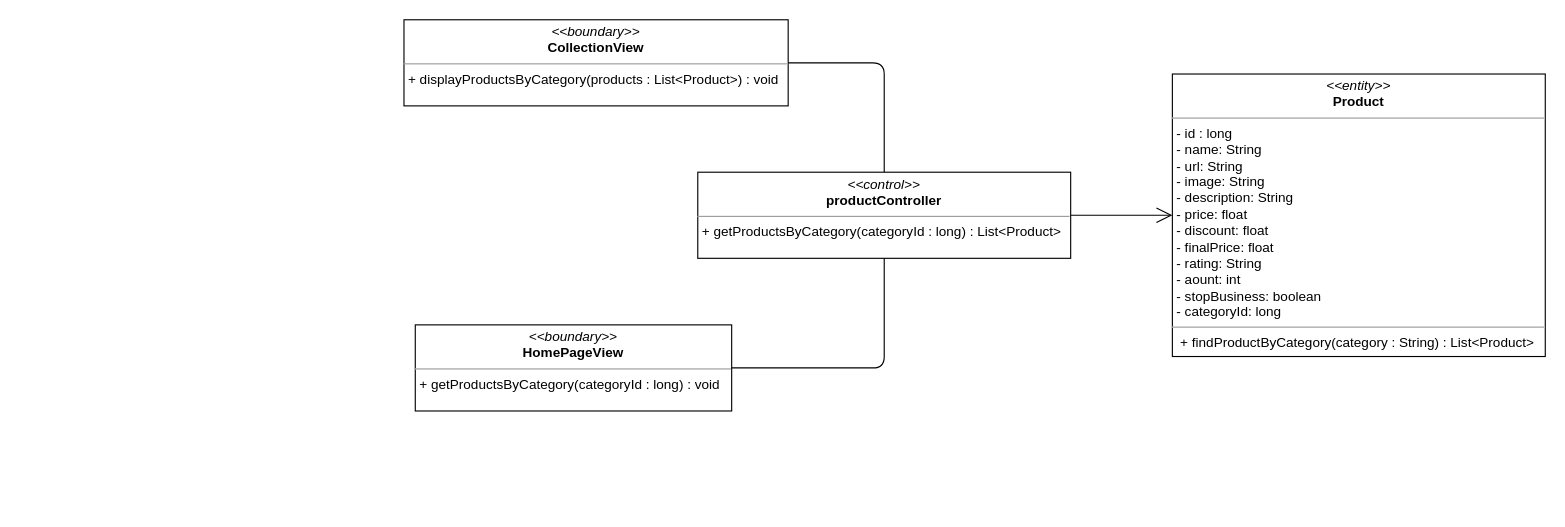
nguyenphamvan/datn_20202 keeps this draw.io diagram as class diagram/get-product-by-category-class-digram.drawio. Above is the earlier version. Source tidied: cells renumbered, new cells numbered last; positions are measured from the earlier drawing's top-left corner, leaving out a move shared by most shapes. Both pictures are drawn from the tidied source at 113%, with x=0, y=0 at pixel (403, 19).
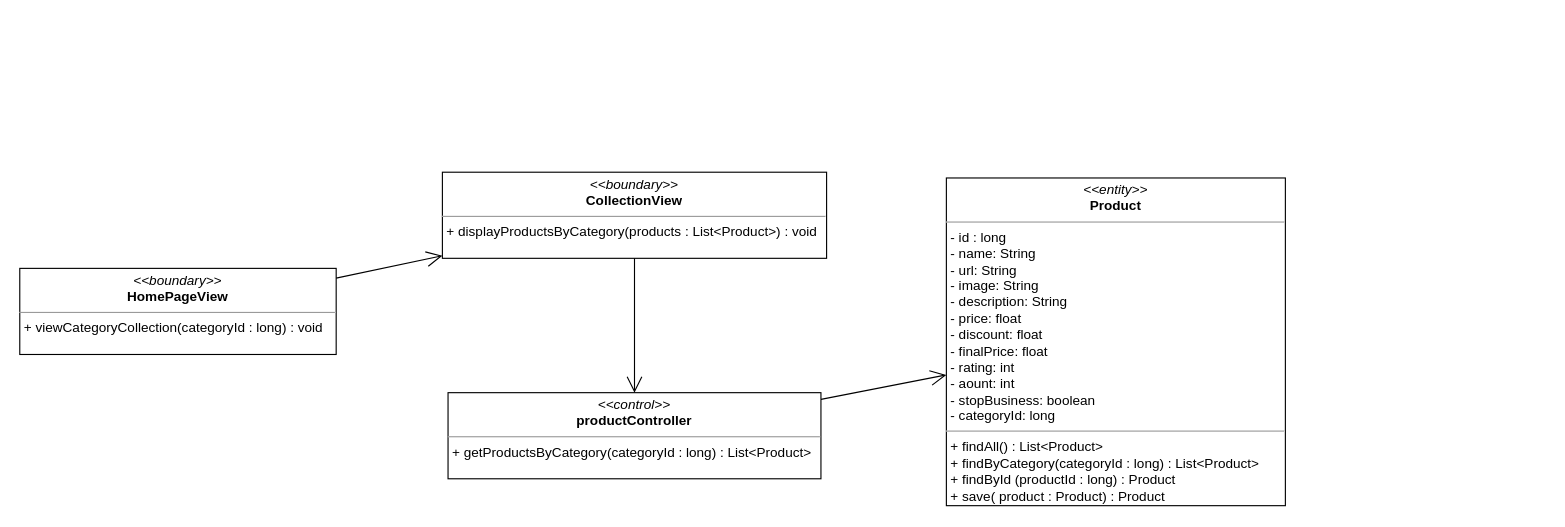
The same diagram, later.

Change to the diagram source:
```diff
@@
 <mxGraphModel>
   <root>
     <mxCell id="0" />
     <mxCell id="1" parent="0" />
     <mxCell id="2" value="&lt;p style=&quot;margin: 0px ; margin-top: 4px ; text-align: center&quot;&gt;&lt;i&gt;&amp;lt;&amp;lt;boundary&amp;gt;&amp;gt;&lt;/i&gt;&lt;br&gt;&lt;b&gt;CollectionView&lt;/b&gt;&lt;/p&gt;&lt;hr size=&quot;1&quot;&gt;&lt;p style=&quot;margin: 0px ; margin-left: 4px&quot;&gt;&lt;span&gt;+ displayProductsByCategory(products : List&amp;lt;Product&amp;gt;) : void&lt;/span&gt;&lt;br&gt;&lt;/p&gt;" style="verticalAlign=top;align=left;overflow=fill;fontSize=12;fontFamily=Helvetica;html=1;" parent="1" vertex="1">
-      <mxGeometry width="340" height="76.2" as="geometry" />
+      <mxGeometry x="34" y="134.9" width="340" height="76.2" as="geometry" />
     </mxCell>
-    <mxCell id="3" style="endArrow=none;html=1;edgeStyle=orthogonalEdgeStyle;exitX=1;exitY=0.5;exitDx=0;exitDy=0;" parent="1" edge="1" source="2" target="6">
-      <mxGeometry relative="1" as="geometry" />
-    </mxCell>
-    <mxCell id="4" value="&lt;p style=&quot;margin: 0px ; margin-top: 4px ; text-align: center&quot;&gt;&lt;i&gt;&amp;lt;&amp;lt;entity&amp;gt;&amp;gt;&lt;/i&gt;&lt;br&gt;&lt;b&gt;Product&lt;/b&gt;&lt;/p&gt;&lt;hr size=&quot;1&quot;&gt;&lt;p style=&quot;margin: 0px ; margin-left: 4px&quot;&gt;- id : long&lt;/p&gt;&lt;p style=&quot;margin: 0px ; margin-left: 4px&quot;&gt;- name: String&lt;br&gt;- url: String&lt;/p&gt;&lt;p style=&quot;margin: 0px ; margin-left: 4px&quot;&gt;- image: String&lt;/p&gt;&lt;p style=&quot;margin: 0px ; margin-left: 4px&quot;&gt;- description: String&lt;/p&gt;&lt;p style=&quot;margin: 0px ; margin-left: 4px&quot;&gt;- price: float&lt;/p&gt;&lt;p style=&quot;margin: 0px ; margin-left: 4px&quot;&gt;- discount: float&lt;/p&gt;&lt;p style=&quot;margin: 0px ; margin-left: 4px&quot;&gt;- finalPrice: float&lt;/p&gt;&lt;p style=&quot;margin: 0px ; margin-left: 4px&quot;&gt;- rating: String&lt;/p&gt;&lt;p style=&quot;margin: 0px ; margin-left: 4px&quot;&gt;- aount: int&lt;/p&gt;&lt;p style=&quot;margin: 0px ; margin-left: 4px&quot;&gt;- stopBusiness: boolean&lt;/p&gt;&lt;p style=&quot;margin: 0px ; margin-left: 4px&quot;&gt;- categoryId: long&lt;/p&gt;&lt;hr size=&quot;1&quot;&gt;&lt;p style=&quot;margin: 0px ; margin-left: 4px&quot;&gt;&amp;nbsp;+ findProductByCategory(category : String) : List&amp;lt;Product&amp;gt;&lt;/p&gt;" style="verticalAlign=top;align=left;overflow=fill;fontSize=12;fontFamily=Helvetica;html=1;" parent="1" vertex="1">
-      <mxGeometry x="680" y="48" width="330" height="250" as="geometry" />
+    <mxCell id="4" value="&lt;p style=&quot;margin: 0px ; margin-top: 4px ; text-align: center&quot;&gt;&lt;i&gt;&amp;lt;&amp;lt;entity&amp;gt;&amp;gt;&lt;/i&gt;&lt;br&gt;&lt;b&gt;Product&lt;/b&gt;&lt;/p&gt;&lt;hr size=&quot;1&quot;&gt;&lt;p style=&quot;margin: 0px ; margin-left: 4px&quot;&gt;- id : long&lt;/p&gt;&lt;p style=&quot;margin: 0px ; margin-left: 4px&quot;&gt;- name: String&lt;br&gt;- url: String&lt;/p&gt;&lt;p style=&quot;margin: 0px ; margin-left: 4px&quot;&gt;- image: String&lt;/p&gt;&lt;p style=&quot;margin: 0px ; margin-left: 4px&quot;&gt;- description: String&lt;/p&gt;&lt;p style=&quot;margin: 0px ; margin-left: 4px&quot;&gt;- price: float&lt;/p&gt;&lt;p style=&quot;margin: 0px ; margin-left: 4px&quot;&gt;- discount: float&lt;/p&gt;&lt;p style=&quot;margin: 0px ; margin-left: 4px&quot;&gt;- finalPrice: float&lt;/p&gt;&lt;p style=&quot;margin: 0px ; margin-left: 4px&quot;&gt;- rating: int&lt;/p&gt;&lt;p style=&quot;margin: 0px ; margin-left: 4px&quot;&gt;- aount: int&lt;/p&gt;&lt;p style=&quot;margin: 0px ; margin-left: 4px&quot;&gt;- stopBusiness: boolean&lt;/p&gt;&lt;p style=&quot;margin: 0px ; margin-left: 4px&quot;&gt;- categoryId: long&lt;/p&gt;&lt;hr size=&quot;1&quot;&gt;&lt;p style=&quot;margin: 0px ; margin-left: 4px&quot;&gt;+ findAll() : List&amp;lt;Product&amp;gt;&lt;/p&gt;&lt;p style=&quot;margin: 0px ; margin-left: 4px&quot;&gt;+ findByCategory(categoryId : long) : List&amp;lt;Product&amp;gt;&lt;/p&gt;&lt;p style=&quot;margin: 0px ; margin-left: 4px&quot;&gt;+ findById (productId : long) : Product&lt;/p&gt;&lt;p style=&quot;margin: 0px ; margin-left: 4px&quot;&gt;+ save( product : Product) : Product&lt;/p&gt;" style="verticalAlign=top;align=left;overflow=fill;fontSize=12;fontFamily=Helvetica;html=1;" parent="1" vertex="1">
+      <mxGeometry x="480" y="140" width="300" height="290" as="geometry" />
     </mxCell>
     <mxCell id="5" style="endArrow=open;endFill=1;endSize=12;html=1;" parent="1" edge="1" source="6" target="4">
       <mxGeometry relative="1" as="geometry" />
     </mxCell>
     <mxCell id="6" value="&lt;p style=&quot;margin: 0px ; margin-top: 4px ; text-align: center&quot;&gt;&lt;i&gt;&amp;lt;&amp;lt;control&amp;gt;&amp;gt;&lt;/i&gt;&lt;br&gt;&lt;b&gt;productController&lt;/b&gt;&lt;/p&gt;&lt;hr size=&quot;1&quot;&gt;&lt;p style=&quot;margin: 0px ; margin-left: 4px&quot;&gt;&lt;span&gt;+ getProductsByCategory(categoryId : long) : List&amp;lt;Product&amp;gt;&lt;/span&gt;&lt;br&gt;&lt;/p&gt;" style="verticalAlign=top;align=left;overflow=fill;fontSize=12;fontFamily=Helvetica;html=1;" parent="1" vertex="1">
-      <mxGeometry x="260" y="134.9" width="330" height="76.2" as="geometry" />
+      <mxGeometry x="39" y="330" width="330" height="76.2" as="geometry" />
     </mxCell>
-    <mxCell id="7" value="&lt;p style=&quot;margin: 0px ; margin-top: 4px ; text-align: center&quot;&gt;&lt;i&gt;&amp;lt;&amp;lt;boundary&amp;gt;&amp;gt;&lt;/i&gt;&lt;br&gt;&lt;b&gt;HomePageView&lt;/b&gt;&lt;/p&gt;&lt;hr size=&quot;1&quot;&gt;&lt;p style=&quot;margin: 0px ; margin-left: 4px&quot;&gt;&lt;span&gt;+ getProductsByCategory(categoryId : long) : void&lt;/span&gt;&lt;/p&gt;" style="verticalAlign=top;align=left;overflow=fill;fontSize=12;fontFamily=Helvetica;html=1;" parent="1" vertex="1">
-      <mxGeometry x="10" y="270" width="280" height="76.2" as="geometry" />
+    <mxCell id="7" value="&lt;p style=&quot;margin: 0px ; margin-top: 4px ; text-align: center&quot;&gt;&lt;i&gt;&amp;lt;&amp;lt;boundary&amp;gt;&amp;gt;&lt;/i&gt;&lt;br&gt;&lt;b&gt;HomePageView&lt;/b&gt;&lt;/p&gt;&lt;hr size=&quot;1&quot;&gt;&lt;p style=&quot;margin: 0px ; margin-left: 4px&quot;&gt;&lt;span&gt;+ viewCategoryCollection(categoryId : long) : void&lt;/span&gt;&lt;/p&gt;" style="verticalAlign=top;align=left;overflow=fill;fontSize=12;fontFamily=Helvetica;html=1;" parent="1" vertex="1">
+      <mxGeometry x="-340" y="220" width="280" height="76.2" as="geometry" />
     </mxCell>
-    <mxCell id="8" style="endArrow=none;html=1;edgeStyle=orthogonalEdgeStyle;exitX=1;exitY=0.5;exitDx=0;exitDy=0;" parent="1" edge="1" source="7" target="6">
-      <mxGeometry relative="1" as="geometry" />
-    </mxCell>
+    <mxCell id="9" style="endArrow=open;endFill=1;endSize=12;html=1;" parent="1" edge="1" source="7" target="2">
+      <mxGeometry relative="1" as="geometry" />
+    </mxCell>
+    <mxCell id="3" style="endArrow=open;endFill=1;endSize=12;html=1;" parent="1" edge="1" source="2" target="6">
+      <mxGeometry relative="1" as="geometry" />
+    </mxCell>
   </root>
 </mxGraphModel>
```
